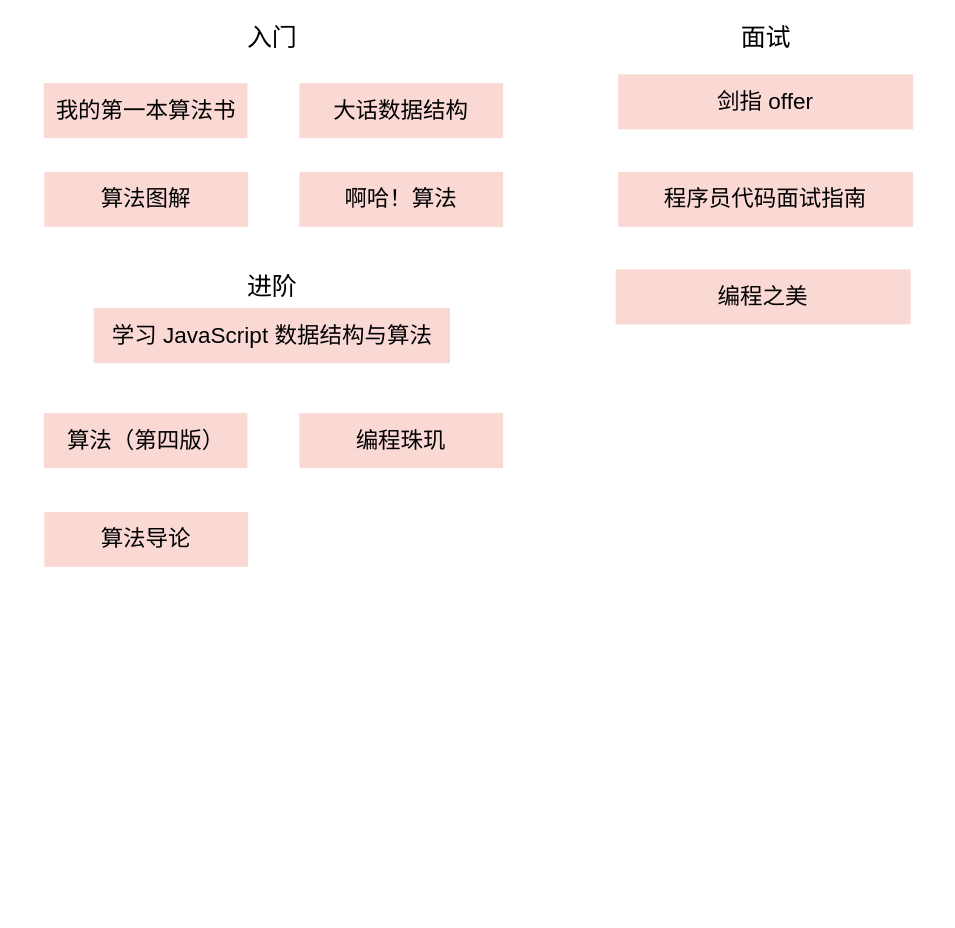
This is 算法书籍推介阅读顺序.drawio from SHERlocked93/graph, a draw.io file, before an edit. Source tidied: cells renumbered, new cells numbered last; positions are measured from the earlier drawing's top-left corner, leaving out a move shared by most shapes. Both pictures are drawn from the tidied source at 125%, with x=0, y=0 at pixel (44, 24).
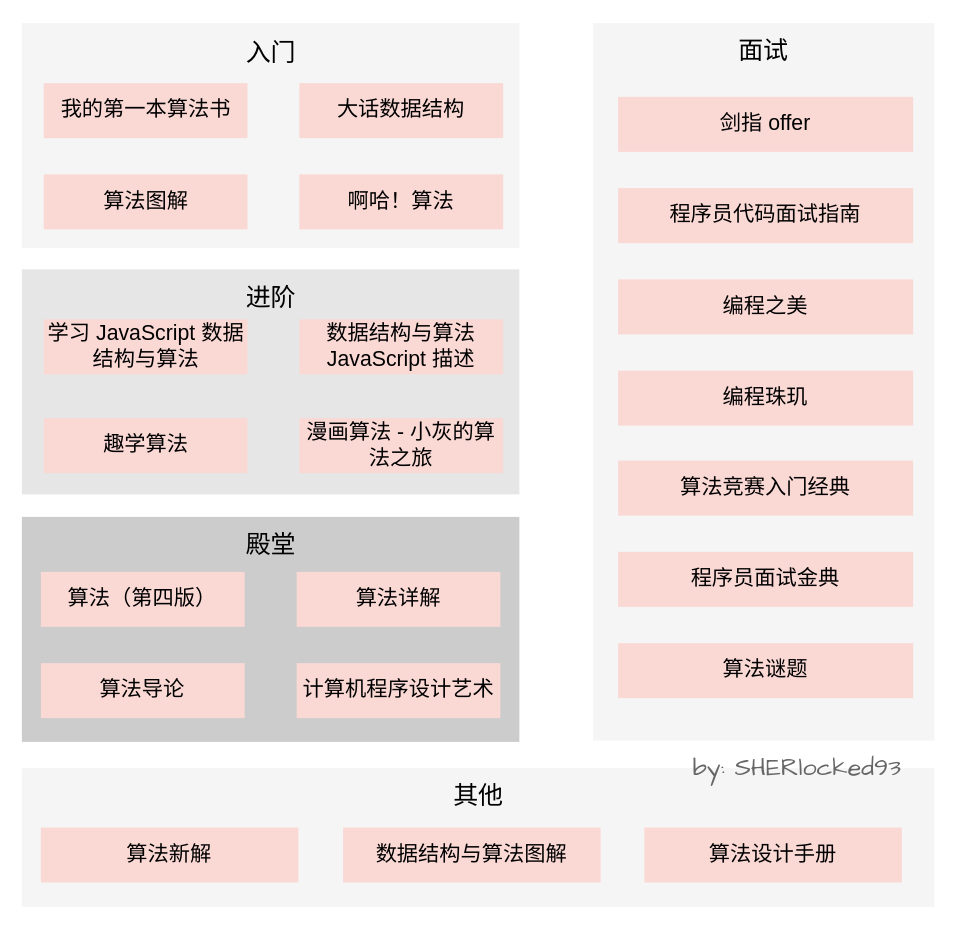
The same page after the edit.

Commit message (it also covers changes not shown here):
更新算法书籍推介阅读顺序.drawio

The edit, as a diff of the source:
```diff
@@
-    <mxCell id="2" value="入门" style="text;html=1;strokeColor=none;fillColor=none;align=center;verticalAlign=middle;whiteSpace=wrap;rounded=0;fontSize=20;" parent="1" vertex="1">
-      <mxGeometry x="116.5" width="131" height="20" as="geometry" />
-    </mxCell>
+    <mxCell id="16" style="rounded=0;whiteSpace=wrap;html=1;strokeWidth=2;fillColor=#f5f5f5;fontSize=17;fontColor=#333333;strokeColor=none;" parent="1" vertex="1">
+      <mxGeometry x="-18" y="595" width="730" height="111" as="geometry" />
+    </mxCell>
+    <mxCell id="17" style="rounded=0;whiteSpace=wrap;html=1;strokeWidth=2;fillColor=#f5f5f5;fontSize=17;fontColor=#333333;strokeColor=none;" parent="1" vertex="1">
+      <mxGeometry x="439" y="-1" width="273" height="574" as="geometry" />
+    </mxCell>
+    <mxCell id="18" style="rounded=0;whiteSpace=wrap;html=1;strokeWidth=2;fontSize=17;fontColor=#333333;strokeColor=none;fillColor=#CCCCCC;" parent="1" vertex="1">
+      <mxGeometry x="-18" y="394" width="398" height="180" as="geometry" />
+    </mxCell>
+    <mxCell id="19" style="rounded=0;whiteSpace=wrap;html=1;strokeWidth=2;fontSize=17;fontColor=#333333;strokeColor=none;fillColor=#E6E6E6;" parent="1" vertex="1">
+      <mxGeometry x="-18" y="196" width="398" height="180" as="geometry" />
+    </mxCell>
+    <mxCell id="20" style="rounded=0;whiteSpace=wrap;html=1;strokeWidth=2;fillColor=#f5f5f5;fontSize=17;fontColor=#333333;strokeColor=none;" parent="1" vertex="1">
+      <mxGeometry x="-18" y="-1" width="398" height="180" as="geometry" />
+    </mxCell>
-    <mxCell id="3" value="我的第一本算法书" style="rounded=0;whiteSpace=wrap;html=1;strokeWidth=2;fontSize=18;fillColor=#fad9d5;strokeColor=none;" parent="1" vertex="1">
+    <mxCell id="3" value="我的第一本算法书" style="rounded=0;whiteSpace=wrap;html=1;strokeWidth=2;fontSize=17;fillColor=#fad9d5;strokeColor=none;sketch=0;" parent="1" vertex="1">
       <mxGeometry x="-0.5" y="47" width="163" height="44" as="geometry" />
     </mxCell>
-    <mxCell id="4" value="啊哈！算法" style="rounded=0;whiteSpace=wrap;html=1;strokeWidth=2;fontSize=18;fillColor=#fad9d5;strokeColor=none;" parent="1" vertex="1">
-      <mxGeometry x="204" y="118" width="163" height="44" as="geometry" />
+    <mxCell id="4" value="啊哈！算法" style="rounded=0;whiteSpace=wrap;html=1;strokeWidth=2;fontSize=17;fillColor=#fad9d5;strokeColor=none;sketch=0;" parent="1" vertex="1">
+      <mxGeometry x="204" y="120" width="163" height="44" as="geometry" />
     </mxCell>
-    <mxCell id="5" value="算法图解" style="rounded=0;whiteSpace=wrap;html=1;strokeWidth=2;fontSize=18;fillColor=#fad9d5;strokeColor=none;" parent="1" vertex="1">
-      <mxGeometry y="118" width="163" height="44" as="geometry" />
+    <mxCell id="5" value="算法图解" style="rounded=0;whiteSpace=wrap;html=1;strokeWidth=2;fontSize=17;fillColor=#fad9d5;strokeColor=none;sketch=0;" parent="1" vertex="1">
+      <mxGeometry x="-0.5" y="120" width="163" height="44" as="geometry" />
     </mxCell>
-    <mxCell id="6" value="学习 JavaScript 数据结构与算法" style="rounded=0;whiteSpace=wrap;html=1;strokeWidth=2;fontSize=18;fillColor=#fad9d5;strokeColor=none;" parent="1" vertex="1">
-      <mxGeometry x="39.5" y="227" width="285" height="44" as="geometry" />
+    <mxCell id="6" value="学习 JavaScript 数据结构与算法" style="rounded=0;whiteSpace=wrap;html=1;strokeWidth=2;fontSize=17;fillColor=#fad9d5;strokeColor=none;sketch=0;" parent="1" vertex="1">
+      <mxGeometry x="-0.5" y="236" width="163" height="44" as="geometry" />
     </mxCell>
-    <mxCell id="7" value="算法（第四版）" style="rounded=0;whiteSpace=wrap;html=1;strokeWidth=2;fontSize=18;fillColor=#fad9d5;strokeColor=none;" parent="1" vertex="1">
-      <mxGeometry x="-0.5" y="311" width="163" height="44" as="geometry" />
+    <mxCell id="7" value="算法（第四版）" style="rounded=0;whiteSpace=wrap;html=1;strokeWidth=2;fontSize=17;fillColor=#fad9d5;strokeColor=none;sketch=0;" parent="1" vertex="1">
+      <mxGeometry x="-2.8" y="438" width="163" height="44" as="geometry" />
     </mxCell>
-    <mxCell id="8" value="编程珠玑" style="rounded=0;whiteSpace=wrap;html=1;strokeWidth=2;fontSize=18;fillColor=#fad9d5;strokeColor=none;" parent="1" vertex="1">
-      <mxGeometry x="204" y="311" width="163" height="44" as="geometry" />
+    <mxCell id="8" value="计算机程序设计艺术" style="rounded=0;whiteSpace=wrap;html=1;strokeWidth=2;fontSize=17;fillColor=#fad9d5;strokeColor=none;sketch=0;" parent="1" vertex="1">
+      <mxGeometry x="201.8" y="511" width="163" height="44" as="geometry" />
     </mxCell>
-    <mxCell id="9" value="进阶" style="text;html=1;strokeColor=none;fillColor=none;align=center;verticalAlign=middle;whiteSpace=wrap;rounded=0;fontSize=20;" parent="1" vertex="1">
-      <mxGeometry x="116.5" y="199" width="131" height="20" as="geometry" />
-    </mxCell>
-    <mxCell id="10" value="剑指 offer" style="rounded=0;whiteSpace=wrap;html=1;strokeWidth=2;fontSize=18;fillColor=#fad9d5;strokeColor=none;" parent="1" vertex="1">
-      <mxGeometry x="459" y="40" width="236" height="44" as="geometry" />
+    <mxCell id="10" value="剑指 offer" style="rounded=0;whiteSpace=wrap;html=1;strokeWidth=2;fontSize=17;fillColor=#fad9d5;strokeColor=none;sketch=0;glass=0;" parent="1" vertex="1">
+      <mxGeometry x="459" y="58" width="236" height="44" as="geometry" />
     </mxCell>
     <mxCell id="11" value="面试" style="text;html=1;strokeColor=none;fillColor=none;align=center;verticalAlign=middle;whiteSpace=wrap;rounded=0;fontSize=20;" parent="1" vertex="1">
-      <mxGeometry x="511.5" width="131" height="20" as="geometry" />
+      <mxGeometry x="510" y="10" width="131" height="20" as="geometry" />
     </mxCell>
-    <mxCell id="12" value="程序员代码面试指南" style="rounded=0;whiteSpace=wrap;html=1;strokeWidth=2;fontSize=18;fillColor=#fad9d5;strokeColor=none;" parent="1" vertex="1">
-      <mxGeometry x="459" y="118" width="236" height="44" as="geometry" />
+    <mxCell id="12" value="程序员代码面试指南" style="rounded=0;whiteSpace=wrap;html=1;strokeWidth=2;fontSize=17;fillColor=#fad9d5;strokeColor=none;sketch=0;" parent="1" vertex="1">
+      <mxGeometry x="459" y="131" width="236" height="44" as="geometry" />
     </mxCell>
-    <mxCell id="13" value="编程之美" style="rounded=0;whiteSpace=wrap;html=1;strokeWidth=2;fontSize=18;fillColor=#fad9d5;strokeColor=none;" parent="1" vertex="1">
-      <mxGeometry x="457" y="196" width="236" height="44" as="geometry" />
+    <mxCell id="13" value="编程之美" style="rounded=0;whiteSpace=wrap;html=1;strokeWidth=2;fontSize=17;fillColor=#fad9d5;strokeColor=none;sketch=0;" parent="1" vertex="1">
+      <mxGeometry x="459" y="204" width="236" height="44" as="geometry" />
     </mxCell>
-    <mxCell id="14" value="算法导论" style="rounded=0;whiteSpace=wrap;html=1;strokeWidth=2;fontSize=18;fillColor=#fad9d5;strokeColor=none;" parent="1" vertex="1">
-      <mxGeometry y="390" width="163" height="44" as="geometry" />
+    <mxCell id="14" value="算法导论" style="rounded=0;whiteSpace=wrap;html=1;strokeWidth=2;fontSize=17;fillColor=#fad9d5;strokeColor=none;sketch=0;" parent="1" vertex="1">
+      <mxGeometry x="-2.8" y="511" width="163" height="44" as="geometry" />
     </mxCell>
-    <mxCell id="15" value="大话数据结构" style="rounded=0;whiteSpace=wrap;html=1;strokeWidth=2;fontSize=18;fillColor=#fad9d5;strokeColor=none;" parent="1" vertex="1">
+    <mxCell id="15" value="大话数据结构" style="rounded=0;whiteSpace=wrap;html=1;strokeWidth=2;fontSize=17;fillColor=#fad9d5;strokeColor=none;sketch=0;" parent="1" vertex="1">
       <mxGeometry x="204" y="47" width="163" height="44" as="geometry" />
     </mxCell>
+    <mxCell id="21" value="数据结构与算法 JavaScript 描述" style="rounded=0;whiteSpace=wrap;html=1;strokeWidth=2;fontSize=17;fillColor=#fad9d5;strokeColor=none;sketch=0;" parent="1" vertex="1">
+      <mxGeometry x="204" y="236" width="163" height="44" as="geometry" />
+    </mxCell>
+    <mxCell id="2" value="入门" style="text;html=1;strokeColor=none;fillColor=none;align=center;verticalAlign=middle;whiteSpace=wrap;rounded=0;fontSize=20;" parent="1" vertex="1">
+      <mxGeometry x="115.5" y="12" width="131" height="20" as="geometry" />
+    </mxCell>
+    <mxCell id="9" value="进阶" style="text;html=1;strokeColor=none;fillColor=none;align=center;verticalAlign=middle;whiteSpace=wrap;rounded=0;fontSize=20;" parent="1" vertex="1">
+      <mxGeometry x="115.5" y="208" width="131" height="20" as="geometry" />
+    </mxCell>
+    <mxCell id="22" value="殿堂" style="text;html=1;strokeColor=none;fillColor=none;align=center;verticalAlign=middle;whiteSpace=wrap;rounded=0;fontSize=20;" parent="1" vertex="1">
+      <mxGeometry x="115.5" y="405" width="131" height="20" as="geometry" />
+    </mxCell>
+    <mxCell id="23" value="趣学算法" style="rounded=0;whiteSpace=wrap;html=1;strokeWidth=2;fontSize=17;fillColor=#fad9d5;strokeColor=none;sketch=0;" parent="1" vertex="1">
+      <mxGeometry x="-0.5" y="315" width="163" height="44" as="geometry" />
+    </mxCell>
+    <mxCell id="24" value="漫画算法 - 小灰的算法之旅" style="rounded=0;whiteSpace=wrap;html=1;strokeWidth=2;fontSize=17;fillColor=#fad9d5;strokeColor=none;sketch=0;" parent="1" vertex="1">
+      <mxGeometry x="204" y="315" width="163" height="44" as="geometry" />
+    </mxCell>
+    <mxCell id="25" value="算法详解" style="rounded=0;whiteSpace=wrap;html=1;strokeWidth=2;fontSize=17;fillColor=#fad9d5;strokeColor=none;sketch=0;" parent="1" vertex="1">
+      <mxGeometry x="201.8" y="438" width="163" height="44" as="geometry" />
+    </mxCell>
+    <mxCell id="26" value="编程珠玑" style="rounded=0;whiteSpace=wrap;html=1;strokeWidth=2;fontSize=17;fillColor=#fad9d5;strokeColor=none;sketch=0;" parent="1" vertex="1">
+      <mxGeometry x="459" y="277" width="236" height="44" as="geometry" />
+    </mxCell>
+    <mxCell id="27" value="算法竞赛入门经典" style="rounded=0;whiteSpace=wrap;html=1;strokeWidth=2;fontSize=17;fillColor=#fad9d5;strokeColor=none;sketch=0;" parent="1" vertex="1">
+      <mxGeometry x="459" y="349" width="236" height="44" as="geometry" />
+    </mxCell>
+    <mxCell id="28" value="算法新解" style="rounded=0;whiteSpace=wrap;html=1;strokeWidth=2;fontSize=17;fillColor=#fad9d5;strokeColor=none;sketch=0;" parent="1" vertex="1">
+      <mxGeometry x="-2.8" y="642.5" width="206" height="44" as="geometry" />
+    </mxCell>
+    <mxCell id="29" value="数据结构与算法图解" style="rounded=0;whiteSpace=wrap;html=1;strokeWidth=2;fontSize=17;fillColor=#fad9d5;strokeColor=none;sketch=0;" parent="1" vertex="1">
+      <mxGeometry x="239" y="642.5" width="206" height="44" as="geometry" />
+    </mxCell>
+    <mxCell id="30" value="其他" style="text;html=1;strokeColor=none;fillColor=none;align=center;verticalAlign=middle;whiteSpace=wrap;rounded=0;fontSize=20;" parent="1" vertex="1">
+      <mxGeometry x="281.5" y="606" width="131" height="20" as="geometry" />
+    </mxCell>
+    <mxCell id="31" value="程序员面试金典" style="rounded=0;whiteSpace=wrap;html=1;strokeWidth=2;fontSize=17;fillColor=#fad9d5;strokeColor=none;sketch=0;" parent="1" vertex="1">
+      <mxGeometry x="459" y="422" width="236" height="44" as="geometry" />
+    </mxCell>
+    <mxCell id="32" value="算法谜题" style="rounded=0;whiteSpace=wrap;html=1;strokeWidth=2;fontSize=17;fillColor=#fad9d5;strokeColor=none;sketch=0;" parent="1" vertex="1">
+      <mxGeometry x="459" y="495" width="236" height="44" as="geometry" />
+    </mxCell>
+    <mxCell id="33" value="算法设计手册" style="rounded=0;whiteSpace=wrap;html=1;strokeWidth=2;fontSize=17;fillColor=#fad9d5;strokeColor=none;sketch=0;" parent="1" vertex="1">
+      <mxGeometry x="480" y="642.5" width="206" height="44" as="geometry" />
+    </mxCell>
+    <mxCell id="34" value="&lt;font style=&quot;font-size: 20px&quot;&gt;by: SHERlocked93&lt;/font&gt;" style="text;html=1;strokeColor=none;fillColor=none;align=center;verticalAlign=middle;whiteSpace=wrap;rounded=0;shadow=1;glass=0;sketch=0;fontSize=20;fontFamily=Comic Sans MS;fontColor=#666666;" parent="1" vertex="1">
+      <mxGeometry x="504" y="584" width="197" height="20" as="geometry" />
+    </mxCell>
```
